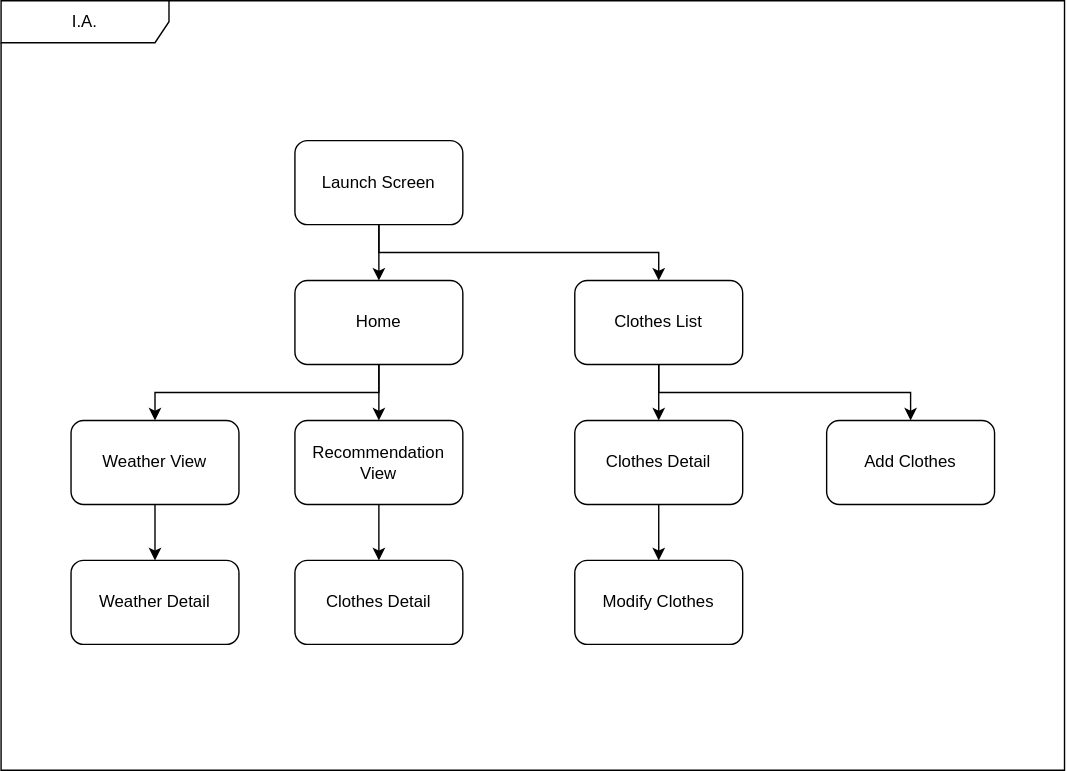
This is Document/IA.svg from cjungwo/Weadinator, a draw.io export, as it was before one commit. Source tidied: cells renumbered, new cells last; positions are measured from the earlier drawing's top-left corner, leaving out a move shared by most shapes.
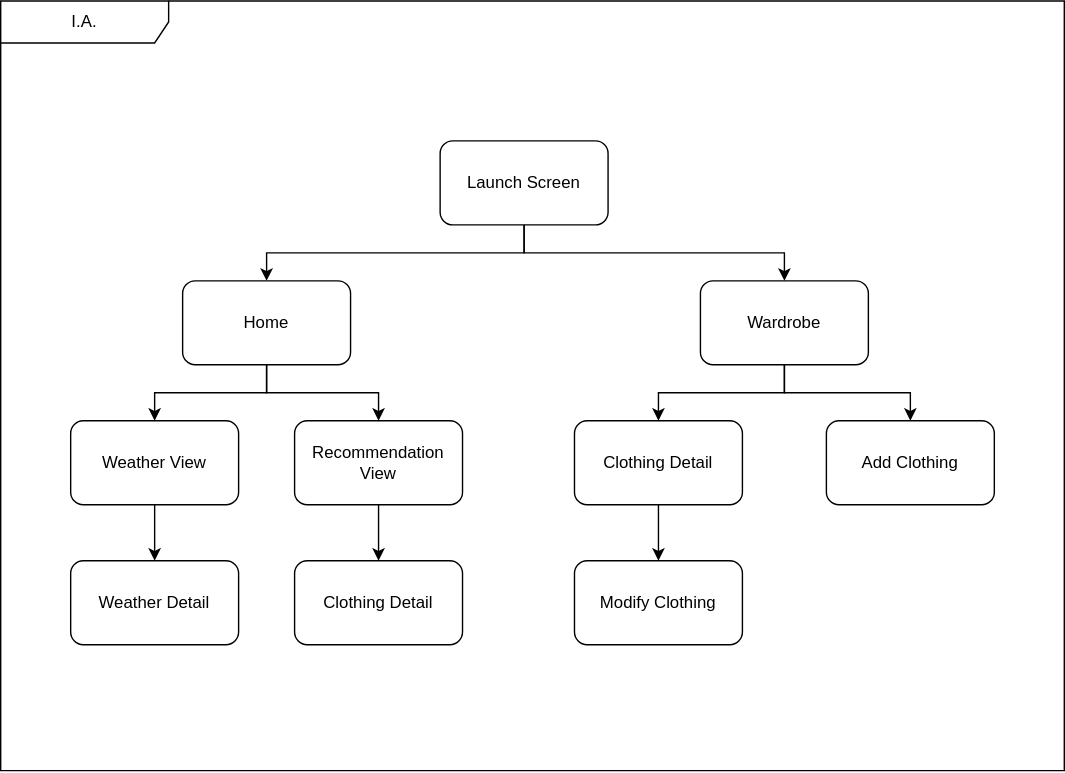
After the change.

Commit message:
#3 - Update to change clothes to clothing and clothesList to wardrobe in IA.svg

The edit, as a diff of the source:
```diff
@@ -12,7 +12,7 @@
       <mxGeometry relative="1" as="geometry" />
     </mxCell>
     <mxCell id="5" value="Home" style="rounded=1;whiteSpace=wrap;html=1;" parent="2" vertex="1">
-      <mxGeometry x="210" y="200" width="120" height="60" as="geometry" />
+      <mxGeometry x="130" y="200" width="120" height="60" as="geometry" />
     </mxCell>
     <mxCell id="6" style="edgeStyle=orthogonalEdgeStyle;rounded=0;jettySize=auto;html=1;exitX=0.5;exitY=1;exitDx=0;exitDy=0;entryX=0.5;entryY=0;entryDx=0;entryDy=0;" parent="2" edge="1" source="8" target="13">
       <mxGeometry relative="1" as="geometry" />
@@ -20,10 +20,10 @@
     <mxCell id="7" style="edgeStyle=orthogonalEdgeStyle;rounded=0;jettySize=auto;html=1;exitX=0.5;exitY=1;exitDx=0;exitDy=0;entryX=0.5;entryY=0;entryDx=0;entryDy=0;" parent="2" edge="1" source="8" target="19">
       <mxGeometry relative="1" as="geometry" />
     </mxCell>
-    <mxCell id="8" value="Clothes List" style="rounded=1;whiteSpace=wrap;html=1;" parent="2" vertex="1">
-      <mxGeometry x="410" y="200" width="120" height="60" as="geometry" />
+    <mxCell id="8" value="Wardrobe" style="rounded=1;whiteSpace=wrap;html=1;" parent="2" vertex="1">
+      <mxGeometry x="500" y="200" width="120" height="60" as="geometry" />
     </mxCell>
-    <mxCell id="9" value="Clothes Detail" style="rounded=1;whiteSpace=wrap;html=1;" parent="2" vertex="1">
+    <mxCell id="9" value="Clothing Detail" style="rounded=1;whiteSpace=wrap;html=1;" parent="2" vertex="1">
       <mxGeometry x="210" y="400" width="120" height="60" as="geometry" />
     </mxCell>
     <mxCell id="10" style="edgeStyle=orthogonalEdgeStyle;rounded=0;jettySize=auto;html=1;exitX=0.5;exitY=1;exitDx=0;exitDy=0;entryX=0.5;entryY=0;entryDx=0;entryDy=0;" parent="2" edge="1" source="11" target="9">
@@ -35,7 +35,7 @@
     <mxCell id="12" style="edgeStyle=orthogonalEdgeStyle;rounded=0;jettySize=auto;html=1;exitX=0.5;exitY=1;exitDx=0;exitDy=0;entryX=0.5;entryY=0;entryDx=0;entryDy=0;" parent="2" edge="1" source="13" target="20">
       <mxGeometry relative="1" as="geometry" />
     </mxCell>
-    <mxCell id="13" value="Clothes Detail" style="rounded=1;whiteSpace=wrap;html=1;" parent="2" vertex="1">
+    <mxCell id="13" value="Clothing Detail" style="rounded=1;whiteSpace=wrap;html=1;" parent="2" vertex="1">
       <mxGeometry x="410" y="300" width="120" height="60" as="geometry" />
     </mxCell>
     <mxCell id="14" style="edgeStyle=orthogonalEdgeStyle;rounded=0;jettySize=auto;html=1;exitX=0.5;exitY=1;exitDx=0;exitDy=0;entryX=0.5;entryY=0;entryDx=0;entryDy=0;" parent="2" edge="1" source="16" target="5">
@@ -45,7 +45,7 @@
       <mxGeometry relative="1" as="geometry" />
     </mxCell>
     <mxCell id="16" value="Launch Screen" style="rounded=1;whiteSpace=wrap;html=1;" parent="2" vertex="1">
-      <mxGeometry x="210" y="100" width="120" height="60" as="geometry" />
+      <mxGeometry x="314" y="100" width="120" height="60" as="geometry" />
     </mxCell>
     <mxCell id="17" style="edgeStyle=orthogonalEdgeStyle;rounded=0;jettySize=auto;html=1;exitX=0.5;exitY=1;exitDx=0;exitDy=0;entryX=0.5;entryY=0;entryDx=0;entryDy=0;" parent="2" edge="1" source="18" target="21">
       <mxGeometry relative="1" as="geometry" />
@@ -53,10 +53,10 @@
     <mxCell id="18" value="Weather View" style="rounded=1;whiteSpace=wrap;html=1;" parent="2" vertex="1">
       <mxGeometry x="50" y="300" width="120" height="60" as="geometry" />
     </mxCell>
-    <mxCell id="19" value="Add Clothes" style="rounded=1;whiteSpace=wrap;html=1;" parent="2" vertex="1">
+    <mxCell id="19" value="Add Clothing" style="rounded=1;whiteSpace=wrap;html=1;" parent="2" vertex="1">
       <mxGeometry x="590" y="300" width="120" height="60" as="geometry" />
     </mxCell>
-    <mxCell id="20" value="Modify Clothes" style="rounded=1;whiteSpace=wrap;html=1;" parent="2" vertex="1">
+    <mxCell id="20" value="Modify Clothing" style="rounded=1;whiteSpace=wrap;html=1;" parent="2" vertex="1">
       <mxGeometry x="410" y="400" width="120" height="60" as="geometry" />
     </mxCell>
     <mxCell id="21" value="Weather Detail" style="rounded=1;whiteSpace=wrap;html=1;" parent="2" vertex="1">
```
